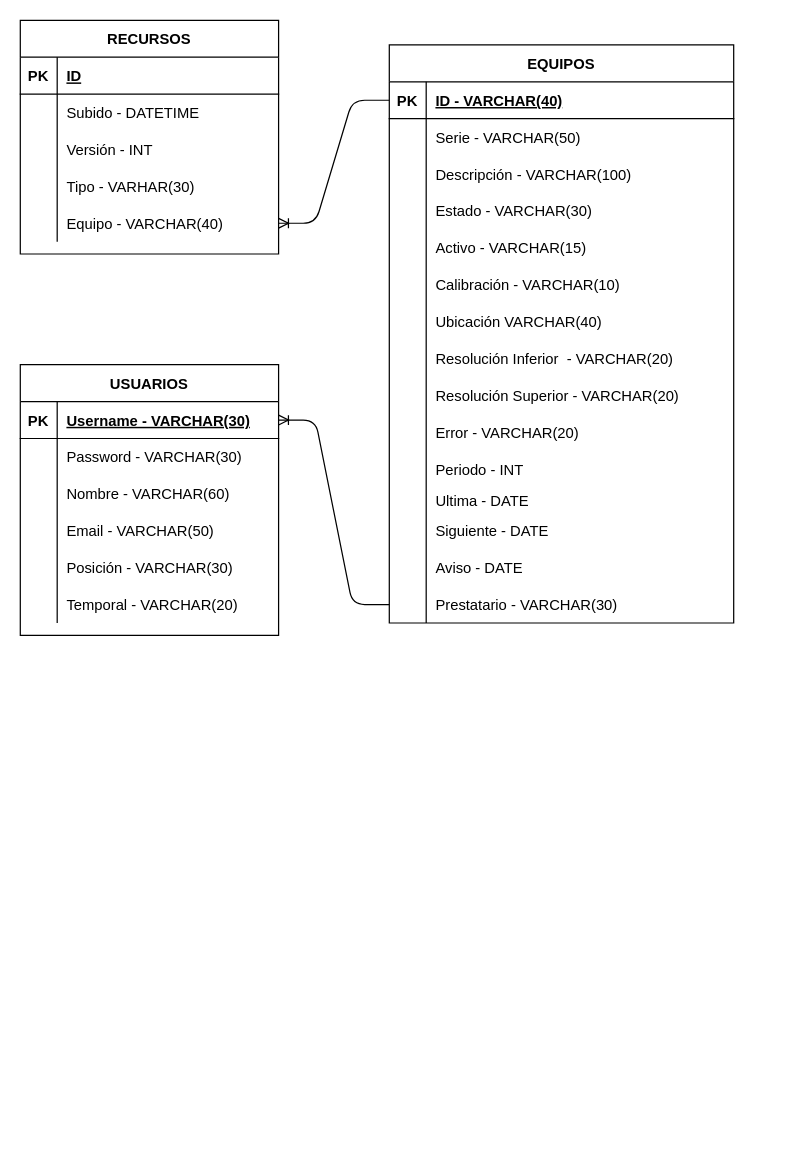
This is api/db/model/Untitled Diagram.drawio from FFahrenheit/Calibraciones-API, a draw.io file, before an edit. Source tidied: cells renumbered, new cells numbered last; positions are measured from the earlier drawing's top-left corner, leaving out a move shared by most shapes. Both pictures are drawn from the tidied source at 123%, with x=0, y=0 at pixel (20, 20).
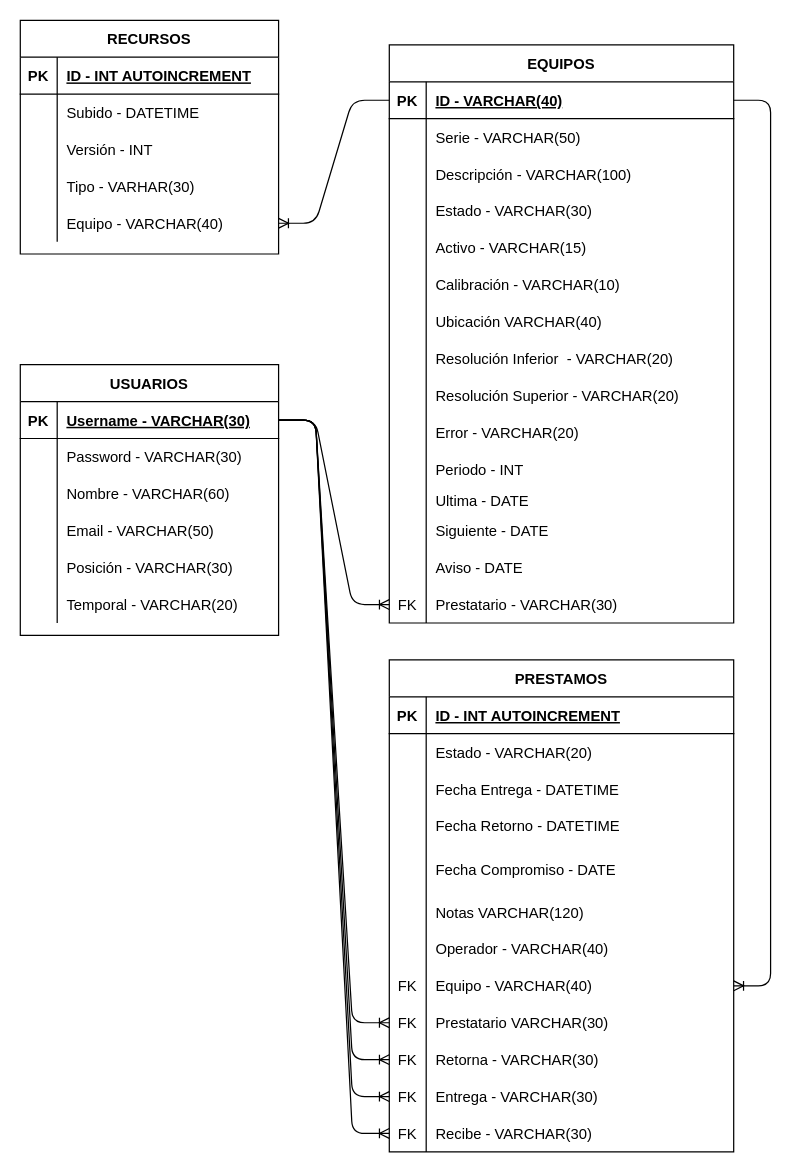
The same page after the edit.

Commit message:
Agregado de tabla prestamos y sus cambios

The change refers to these unchanged cells:
```xml
<mxCell id="3" style="shape=partialRectangle;fillColor=none;top=0;left=0;bottom=1;right=0;points=[[0,0.5],[1,0.5]];portConstraint=eastwest;" parent="2" vertex="1">
  <mxGeometry y="30" width="280" height="30" as="geometry" />
</mxCell>
<mxCell id="45" style="shape=partialRectangle;fillColor=none;top=0;left=0;bottom=0;right=0;points=[[0,0.5],[1,0.5]];portConstraint=eastwest;" parent="2" vertex="1">
  <mxGeometry y="440" width="280" height="30" as="geometry" />
</mxCell>
<mxCell id="49" style="shape=partialRectangle;fillColor=none;top=0;left=0;bottom=1;right=0;points=[[0,0.5],[1,0.5]];portConstraint=eastwest;" parent="48" vertex="1">
  <mxGeometry y="30" width="210" height="30" as="geometry" />
</mxCell>
<mxCell id="69" style="shape=partialRectangle;fillColor=none;top=0;left=0;bottom=1;right=0;" parent="68" vertex="1">
  <mxGeometry y="30" width="210" height="30" as="geometry" />
</mxCell>
```

What changed in the source:
```diff
@@
-    <mxCell id="46" style="shape=partialRectangle;fillColor=none;top=0;left=0;bottom=0;right=0;overflow=hidden;" parent="45" vertex="1">
+    <mxCell id="46" value="FK" style="shape=partialRectangle;fillColor=none;top=0;left=0;bottom=0;right=0;overflow=hidden;" parent="45" vertex="1">
       <mxGeometry width="30" height="30" as="geometry" />
     </mxCell>
@@
-    <mxCell id="67" style="edgeStyle=entityRelationEdgeStyle;fontSize=12;html=1;endArrow=ERoneToMany;exitX=0;exitY=0.5;exitDx=0;exitDy=0;entryX=1;entryY=0.5;entryDx=0;entryDy=0;" parent="1" edge="1" source="45" target="49">
+    <mxCell id="67" style="edgeStyle=entityRelationEdgeStyle;fontSize=12;html=1;endArrow=none;exitX=0;exitY=0.5;exitDx=0;exitDy=0;entryX=1;entryY=0.5;entryDx=0;entryDy=0;startArrow=ERoneToMany;startFill=0;endFill=0;" parent="1" edge="1" source="45" target="49">
       <mxGeometry relative="1" as="geometry" />
     </mxCell>
@@
-    <mxCell id="71" value="ID" style="shape=partialRectangle;fillColor=none;top=0;left=0;bottom=0;right=0;align=left;spacingLeft=6;fontStyle=5;overflow=hidden;" parent="69" vertex="1">
+    <mxCell id="71" value="ID - INT AUTOINCREMENT" style="shape=partialRectangle;fillColor=none;top=0;left=0;bottom=0;right=0;align=left;spacingLeft=6;fontStyle=5;overflow=hidden;" parent="69" vertex="1">
       <mxGeometry x="30" width="180" height="30" as="geometry" />
     </mxCell>
@@
+    <mxCell id="85" value="PRESTAMOS" style="shape=table;startSize=30;childLayout=tableLayout;rowLines=0;fontStyle=1;align=center;" parent="1" vertex="1">
+      <mxGeometry x="300" y="520" width="280" height="400" as="geometry" />
+    </mxCell>
+    <mxCell id="86" style="shape=partialRectangle;fillColor=none;top=0;left=0;bottom=1;right=0;" parent="85" vertex="1">
+      <mxGeometry y="30" width="280" height="30" as="geometry" />
+    </mxCell>
+    <mxCell id="87" value="PK" style="shape=partialRectangle;fillColor=none;top=0;left=0;bottom=0;right=0;fontStyle=1;overflow=hidden;" parent="86" vertex="1">
+      <mxGeometry width="30" height="30" as="geometry" />
+    </mxCell>
+    <mxCell id="88" value="ID - INT AUTOINCREMENT" style="shape=partialRectangle;fillColor=none;top=0;left=0;bottom=0;right=0;align=left;spacingLeft=6;fontStyle=5;overflow=hidden;" parent="86" vertex="1">
+      <mxGeometry x="30" width="250" height="30" as="geometry" />
+    </mxCell>
+    <mxCell id="89" style="shape=partialRectangle;fillColor=none;top=0;left=0;bottom=0;right=0;" parent="85" vertex="1">
+      <mxGeometry y="60" width="280" height="30" as="geometry" />
+    </mxCell>
+    <mxCell id="90" style="shape=partialRectangle;fillColor=none;top=0;left=0;bottom=0;right=0;overflow=hidden;" parent="89" vertex="1">
+      <mxGeometry width="30" height="30" as="geometry" />
+    </mxCell>
+    <mxCell id="91" value="Estado - VARCHAR(20)" style="shape=partialRectangle;fillColor=none;top=0;left=0;bottom=0;right=0;align=left;spacingLeft=6;overflow=hidden;" parent="89" vertex="1">
+      <mxGeometry x="30" width="250" height="30" as="geometry" />
+    </mxCell>
+    <mxCell id="92" style="shape=partialRectangle;fillColor=none;top=0;left=0;bottom=0;right=0;" parent="85" vertex="1">
+      <mxGeometry y="90" width="280" height="30" as="geometry" />
+    </mxCell>
+    <mxCell id="93" style="shape=partialRectangle;fillColor=none;top=0;left=0;bottom=0;right=0;overflow=hidden;" parent="92" vertex="1">
+      <mxGeometry width="30" height="30" as="geometry" />
+    </mxCell>
+    <mxCell id="94" value="Fecha Entrega - DATETIME" style="shape=partialRectangle;fillColor=none;top=0;left=0;bottom=0;right=0;align=left;spacingLeft=6;overflow=hidden;" parent="92" vertex="1">
+      <mxGeometry x="30" width="250" height="30" as="geometry" />
+    </mxCell>
+    <mxCell id="95" style="shape=partialRectangle;fillColor=none;top=0;left=0;bottom=0;right=0;" parent="85" vertex="1">
+      <mxGeometry y="120" width="280" height="30" as="geometry" />
+    </mxCell>
+    <mxCell id="96" style="shape=partialRectangle;fillColor=none;top=0;left=0;bottom=0;right=0;overflow=hidden;" parent="95" vertex="1">
+      <mxGeometry width="30" height="30" as="geometry" />
+    </mxCell>
+    <mxCell id="97" value="Fecha Retorno - DATETIME" style="shape=partialRectangle;fillColor=none;top=0;left=0;bottom=0;right=0;align=left;spacingLeft=6;overflow=hidden;" parent="95" vertex="1">
+      <mxGeometry x="30" width="250" height="30" as="geometry" />
+    </mxCell>
+    <mxCell id="98" style="shape=partialRectangle;fillColor=none;top=0;left=0;bottom=0;right=0;" parent="85" vertex="1">
+      <mxGeometry y="150" width="280" height="40" as="geometry" />
+    </mxCell>
+    <mxCell id="99" style="shape=partialRectangle;fillColor=none;top=0;left=0;bottom=0;right=0;overflow=hidden;" parent="98" vertex="1">
+      <mxGeometry width="30" height="40" as="geometry" />
+    </mxCell>
+    <mxCell id="100" value="Fecha Compromiso - DATE" style="shape=partialRectangle;fillColor=none;top=0;left=0;bottom=0;right=0;align=left;spacingLeft=6;overflow=hidden;" parent="98" vertex="1">
+      <mxGeometry x="30" width="250" height="40" as="geometry" />
+    </mxCell>
+    <mxCell id="101" style="shape=partialRectangle;fillColor=none;top=0;left=0;bottom=0;right=0;" parent="85" vertex="1">
+      <mxGeometry y="190" width="280" height="30" as="geometry" />
+    </mxCell>
+    <mxCell id="102" style="shape=partialRectangle;fillColor=none;top=0;left=0;bottom=0;right=0;overflow=hidden;" parent="101" vertex="1">
+      <mxGeometry width="30" height="30" as="geometry" />
+    </mxCell>
+    <mxCell id="103" value="Notas VARCHAR(120)" style="shape=partialRectangle;fillColor=none;top=0;left=0;bottom=0;right=0;align=left;spacingLeft=6;overflow=hidden;" parent="101" vertex="1">
+      <mxGeometry x="30" width="250" height="30" as="geometry" />
+    </mxCell>
+    <mxCell id="104" style="shape=partialRectangle;fillColor=none;top=0;left=0;bottom=0;right=0;" parent="85" vertex="1">
+      <mxGeometry y="220" width="280" height="30" as="geometry" />
+    </mxCell>
+    <mxCell id="105" style="shape=partialRectangle;fillColor=none;top=0;left=0;bottom=0;right=0;overflow=hidden;" parent="104" vertex="1">
+      <mxGeometry width="30" height="30" as="geometry" />
+    </mxCell>
+    <mxCell id="106" value="Operador - VARCHAR(40)" style="shape=partialRectangle;fillColor=none;top=0;left=0;bottom=0;right=0;align=left;spacingLeft=6;overflow=hidden;" parent="104" vertex="1">
+      <mxGeometry x="30" width="250" height="30" as="geometry" />
+    </mxCell>
+    <mxCell id="107" style="shape=partialRectangle;fillColor=none;top=0;left=0;bottom=0;right=0;points=[[0,0.5],[1,0.5]];portConstraint=eastwest;" parent="85" vertex="1">
+      <mxGeometry y="250" width="280" height="30" as="geometry" />
+    </mxCell>
+    <mxCell id="108" value="FK" style="shape=partialRectangle;fillColor=none;top=0;left=0;bottom=0;right=0;overflow=hidden;" parent="107" vertex="1">
+      <mxGeometry width="30" height="30" as="geometry" />
+    </mxCell>
+    <mxCell id="109" value="Equipo - VARCHAR(40)" style="shape=partialRectangle;fillColor=none;top=0;left=0;bottom=0;right=0;align=left;spacingLeft=6;overflow=hidden;" parent="107" vertex="1">
+      <mxGeometry x="30" width="250" height="30" as="geometry" />
+    </mxCell>
+    <mxCell id="110" style="shape=partialRectangle;fillColor=none;top=0;left=0;bottom=0;right=0;points=[[0,0.5],[1,0.5]];portConstraint=eastwest;" parent="85" vertex="1">
+      <mxGeometry y="280" width="280" height="30" as="geometry" />
+    </mxCell>
+    <mxCell id="111" value="FK" style="shape=partialRectangle;fillColor=none;top=0;left=0;bottom=0;right=0;overflow=hidden;" parent="110" vertex="1">
+      <mxGeometry width="30" height="30" as="geometry" />
+    </mxCell>
+    <mxCell id="112" value="Prestatario VARCHAR(30)" style="shape=partialRectangle;fillColor=none;top=0;left=0;bottom=0;right=0;align=left;spacingLeft=6;overflow=hidden;" parent="110" vertex="1">
+      <mxGeometry x="30" width="250" height="30" as="geometry" />
+    </mxCell>
+    <mxCell id="113" style="shape=partialRectangle;fillColor=none;top=0;left=0;bottom=0;right=0;points=[[0,0.5],[1,0.5]];portConstraint=eastwest;" parent="85" vertex="1">
+      <mxGeometry y="310" width="280" height="30" as="geometry" />
+    </mxCell>
+    <mxCell id="114" value="FK" style="shape=partialRectangle;fillColor=none;top=0;left=0;bottom=0;right=0;overflow=hidden;" parent="113" vertex="1">
+      <mxGeometry width="30" height="30" as="geometry" />
+    </mxCell>
+    <mxCell id="115" value="Retorna - VARCHAR(30)" style="shape=partialRectangle;fillColor=none;top=0;left=0;bottom=0;right=0;align=left;spacingLeft=6;overflow=hidden;" parent="113" vertex="1">
+      <mxGeometry x="30" width="250" height="30" as="geometry" />
+    </mxCell>
+    <mxCell id="116" style="shape=partialRectangle;fillColor=none;top=0;left=0;bottom=0;right=0;points=[[0,0.5],[1,0.5]];portConstraint=eastwest;" parent="85" vertex="1">
+      <mxGeometry y="340" width="280" height="30" as="geometry" />
+    </mxCell>
+    <mxCell id="117" value="FK" style="shape=partialRectangle;fillColor=none;top=0;left=0;bottom=0;right=0;fontStyle=0;overflow=hidden;" parent="116" vertex="1">
+      <mxGeometry width="30" height="30" as="geometry" />
+    </mxCell>
+    <mxCell id="118" value="Entrega - VARCHAR(30)" style="shape=partialRectangle;fillColor=none;top=0;left=0;bottom=0;right=0;align=left;spacingLeft=6;fontStyle=0;overflow=hidden;" parent="116" vertex="1">
+      <mxGeometry x="30" width="250" height="30" as="geometry" />
+    </mxCell>
+    <mxCell id="119" style="shape=partialRectangle;fillColor=none;top=0;left=0;bottom=0;right=0;points=[[0,0.5],[1,0.5]];portConstraint=eastwest;" parent="85" vertex="1">
+      <mxGeometry y="370" width="280" height="30" as="geometry" />
+    </mxCell>
+    <mxCell id="120" value="FK" style="shape=partialRectangle;fillColor=none;top=0;left=0;bottom=0;right=0;overflow=hidden;" parent="119" vertex="1">
+      <mxGeometry width="30" height="30" as="geometry" />
+    </mxCell>
+    <mxCell id="121" value="Recibe - VARCHAR(30)" style="shape=partialRectangle;fillColor=none;top=0;left=0;bottom=0;right=0;align=left;spacingLeft=6;overflow=hidden;" parent="119" vertex="1">
+      <mxGeometry x="30" width="250" height="30" as="geometry" />
+    </mxCell>
+    <mxCell id="122" style="edgeStyle=entityRelationEdgeStyle;fontSize=12;html=1;endArrow=ERoneToMany;entryX=1;entryY=0.5;entryDx=0;entryDy=0;" parent="1" edge="1" source="3" target="107">
+      <mxGeometry relative="1" as="geometry" />
+    </mxCell>
+    <mxCell id="123" style="edgeStyle=entityRelationEdgeStyle;fontSize=12;html=1;endArrow=ERoneToMany;entryX=0;entryY=0.5;entryDx=0;entryDy=0;exitX=1;exitY=0.5;exitDx=0;exitDy=0;" parent="1" edge="1" source="49" target="110">
+      <mxGeometry relative="1" as="geometry" />
+    </mxCell>
+    <mxCell id="124" style="edgeStyle=entityRelationEdgeStyle;fontSize=12;html=1;endArrow=ERoneToMany;entryX=0;entryY=0.5;entryDx=0;entryDy=0;exitX=1;exitY=0.5;exitDx=0;exitDy=0;" parent="1" edge="1" source="49" target="113">
+      <mxGeometry relative="1" as="geometry" />
+    </mxCell>
+    <mxCell id="125" style="edgeStyle=entityRelationEdgeStyle;fontSize=12;html=1;endArrow=ERoneToMany;entryX=0;entryY=0.5;entryDx=0;entryDy=0;exitX=1;exitY=0.5;exitDx=0;exitDy=0;" parent="1" edge="1" source="49" target="116">
+      <mxGeometry relative="1" as="geometry" />
+    </mxCell>
+    <mxCell id="126" style="edgeStyle=entityRelationEdgeStyle;fontSize=12;html=1;endArrow=ERoneToMany;entryX=0;entryY=0.5;entryDx=0;entryDy=0;exitX=1;exitY=0.5;exitDx=0;exitDy=0;" parent="1" edge="1" source="49" target="119">
+      <mxGeometry relative="1" as="geometry" />
+    </mxCell>
```
